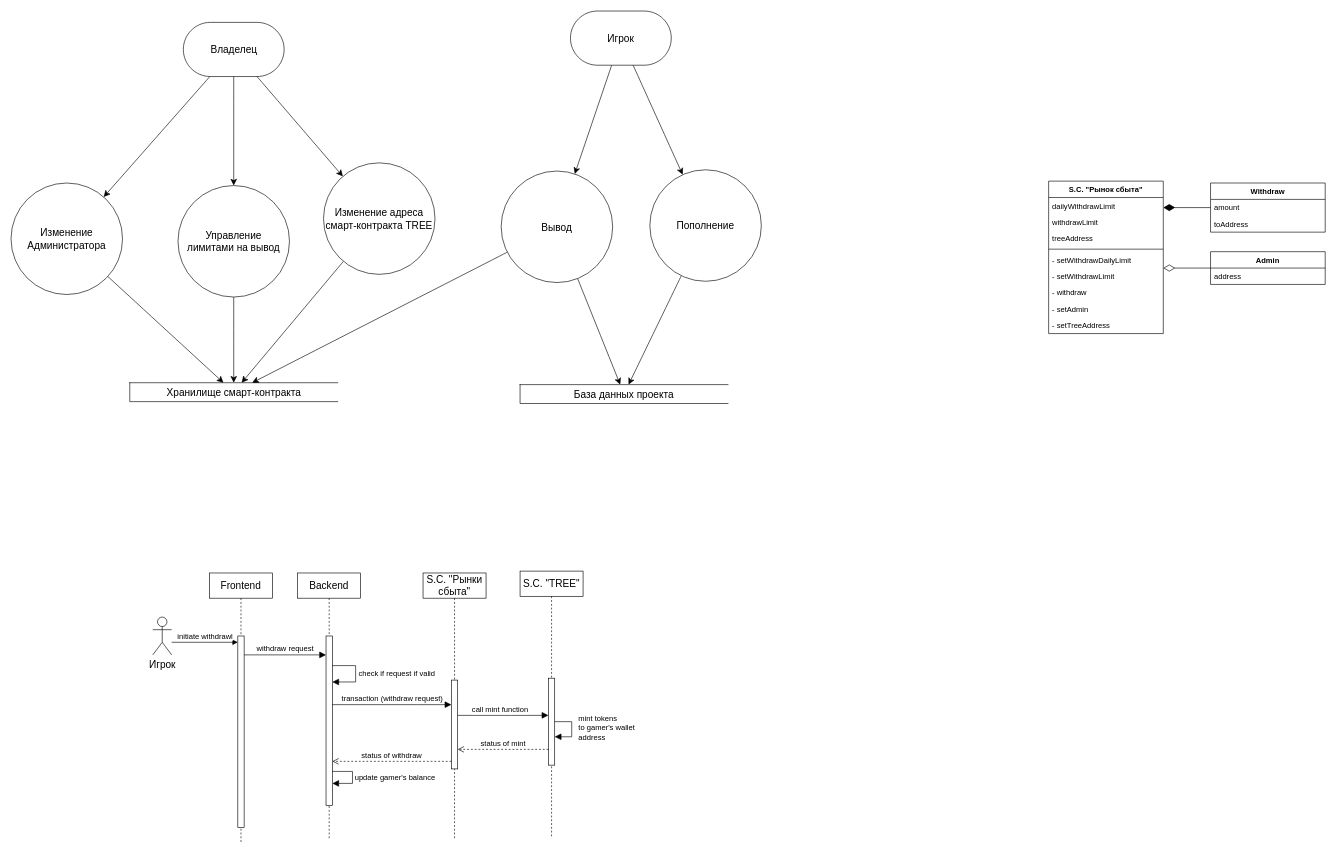
Above: page "Рынки сбыта" (5 of 14) of Основная.drawio.xml in careock/diagrams (draw.io), before the change. Source tidied: cells renumbered, new cells numbered last; positions are measured from the earlier drawing's top-left corner, leaving out a move shared by most shapes. Both pictures are drawn from the tidied source at 63%, with x=0, y=0 at pixel (11, 11).
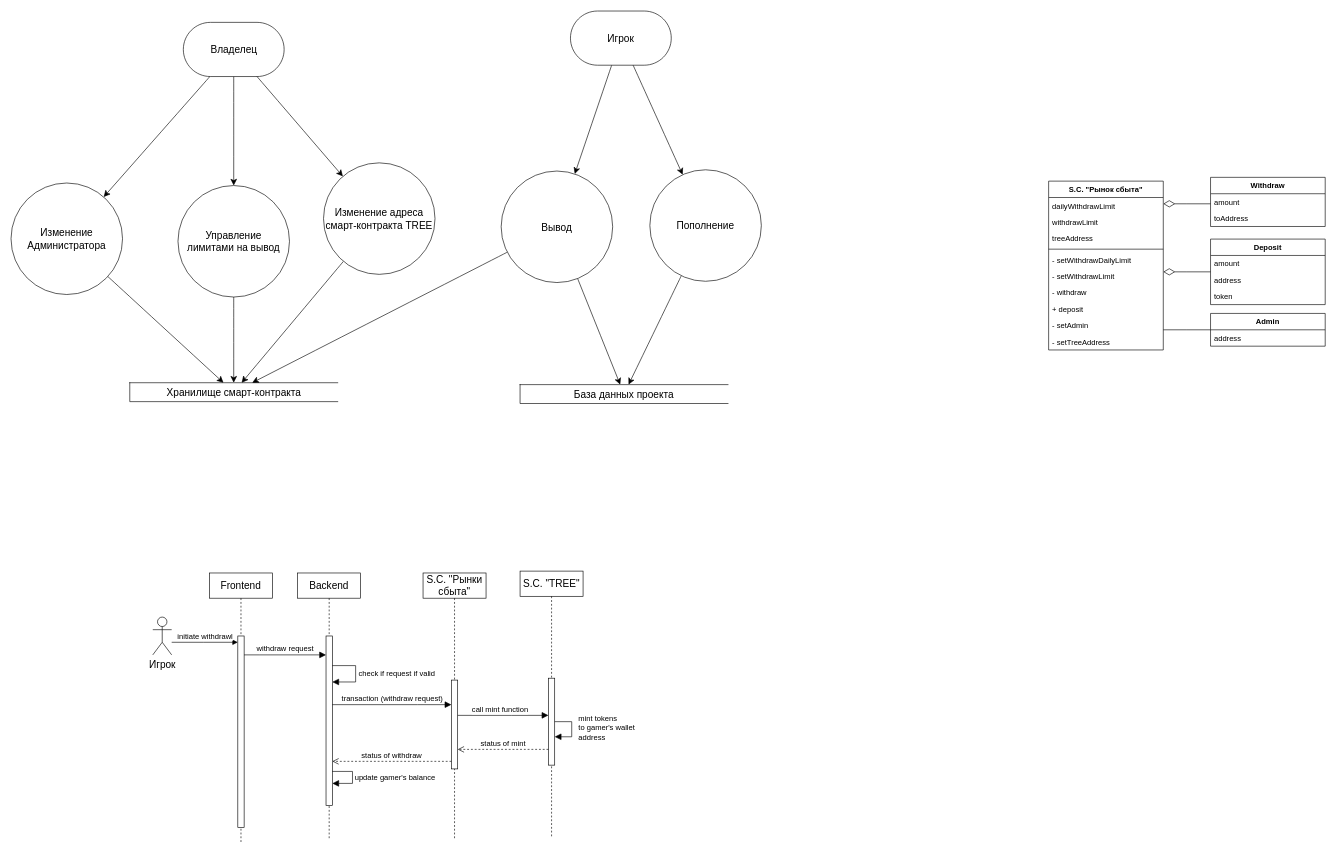
The same page after the edit.

Diff of the diagram source:
```diff
@@
     <mxCell id="29" value="S.C. &quot;Рынок сбыта&quot;" style="swimlane;fontStyle=1;align=center;verticalAlign=top;horizontal=1;startSize=26;" parent="1" vertex="1">
-      <mxGeometry x="1647" y="270" width="182" height="242" as="geometry" />
+      <mxGeometry x="1647" y="270" width="182" height="268" as="geometry" />
     </mxCell>
@@
+    <mxCell id="57" value="+ deposit" style="text;strokeColor=none;fillColor=none;align=left;verticalAlign=top;spacingLeft=4;spacingRight=4;overflow=hidden;rounded=1;" parent="29" vertex="1">
+      <mxGeometry y="190" width="182" height="26" as="geometry" />
+    </mxCell>
     <mxCell id="37" value="- setAdmin" style="text;strokeColor=none;fillColor=none;align=left;verticalAlign=top;spacingLeft=4;spacingRight=4;overflow=hidden;rounded=1;" parent="29" vertex="1">
-      <mxGeometry y="190" width="182" height="26" as="geometry" />
+      <mxGeometry y="216" width="182" height="26" as="geometry" />
     </mxCell>
     <mxCell id="38" value="- setTreeAddress" style="text;strokeColor=none;fillColor=none;align=left;verticalAlign=top;spacingLeft=4;spacingRight=4;overflow=hidden;rounded=1;" parent="29" vertex="1">
-      <mxGeometry y="216" width="182" height="26" as="geometry" />
+      <mxGeometry y="242" width="182" height="26" as="geometry" />
     </mxCell>
     <mxCell id="39" value="Withdraw" style="swimlane;fontStyle=1;align=center;verticalAlign=top;horizontal=1;startSize=26;" parent="1" vertex="1">
-      <mxGeometry x="1904" y="273" width="182" height="78" as="geometry" />
+      <mxGeometry x="1904" y="264" width="182" height="78" as="geometry" />
     </mxCell>
@@
-    <mxCell id="42" style="edgeStyle=elbowEdgeStyle;rounded=0;jettySize=auto;html=1;endArrow=diamondThin;endFill=1;endSize=16;elbow=vertical;" parent="1" edge="1" source="39" target="29">
+    <mxCell id="42" style="edgeStyle=elbowEdgeStyle;rounded=0;jettySize=auto;html=1;endArrow=diamondThin;endFill=0;endSize=16;elbow=vertical;" parent="1" edge="1" source="39" target="29">
       <mxGeometry relative="1" as="geometry" />
     </mxCell>
     <mxCell id="43" value="Admin" style="swimlane;fontStyle=1;align=center;verticalAlign=top;horizontal=1;startSize=26;" parent="1" vertex="1">
-      <mxGeometry x="1904" y="382" width="182" height="52" as="geometry" />
+      <mxGeometry x="1904" y="480" width="182" height="52" as="geometry" />
     </mxCell>
@@
-    <mxCell id="45" style="edgeStyle=elbowEdgeStyle;rounded=0;jettySize=auto;html=1;endArrow=diamondThin;endFill=0;endSize=16;elbow=vertical;" parent="1" edge="1" source="43" target="29">
+    <mxCell id="45" style="edgeStyle=elbowEdgeStyle;rounded=0;jettySize=auto;html=1;endArrow=none;endFill=0;endSize=16;elbow=vertical;" parent="1" edge="1" source="43" target="29">
       <mxGeometry relative="1" as="geometry" />
     </mxCell>
@@
+    <mxCell id="58" value="Deposit" style="swimlane;fontStyle=1;align=center;verticalAlign=top;horizontal=1;startSize=26;" parent="1" vertex="1">
+      <mxGeometry x="1904" y="362" width="182" height="104" as="geometry" />
+    </mxCell>
+    <mxCell id="59" value="amount" style="text;strokeColor=none;fillColor=none;align=left;verticalAlign=top;spacingLeft=4;spacingRight=4;overflow=hidden;rounded=1;" parent="58" vertex="1">
+      <mxGeometry y="26" width="182" height="26" as="geometry" />
+    </mxCell>
+    <mxCell id="60" value="address" style="text;strokeColor=none;fillColor=none;align=left;verticalAlign=top;spacingLeft=4;spacingRight=4;overflow=hidden;rounded=1;" parent="58" vertex="1">
+      <mxGeometry y="52" width="182" height="26" as="geometry" />
+    </mxCell>
+    <mxCell id="61" value="token" style="text;strokeColor=none;fillColor=none;align=left;verticalAlign=top;spacingLeft=4;spacingRight=4;overflow=hidden;rounded=1;" parent="58" vertex="1">
+      <mxGeometry y="78" width="182" height="26" as="geometry" />
+    </mxCell>
+    <mxCell id="62" style="edgeStyle=elbowEdgeStyle;rounded=0;jettySize=auto;html=1;endArrow=diamondThin;endFill=0;endSize=16;elbow=vertical;" parent="1" edge="1" source="58" target="29">
+      <mxGeometry relative="1" as="geometry" />
+    </mxCell>
```
